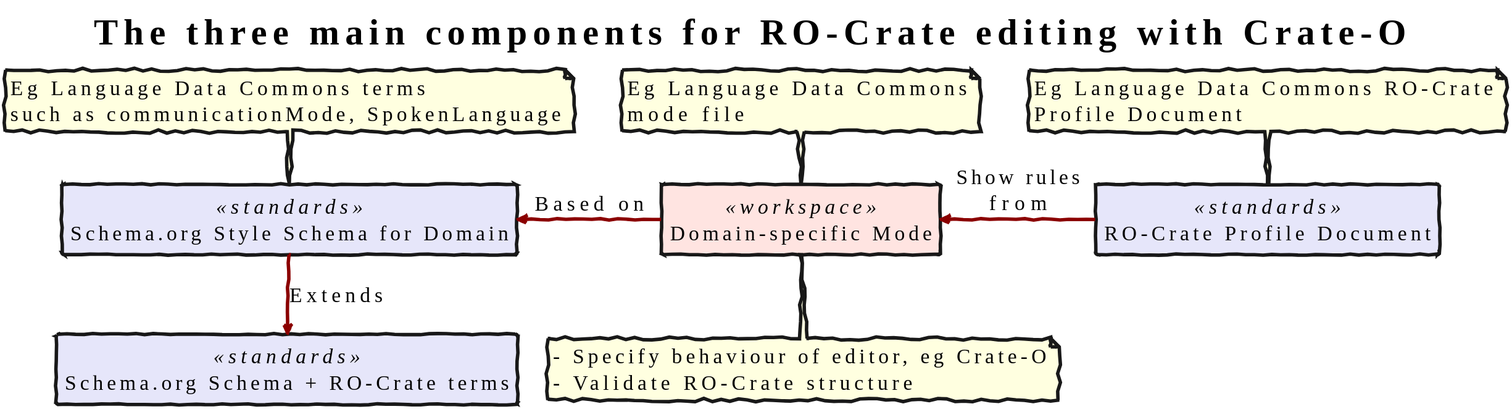
Above: docs/images/schema-mode-profile.svg in Language-Research-Technology/ro-crate-modes (PlantUML), before the change.
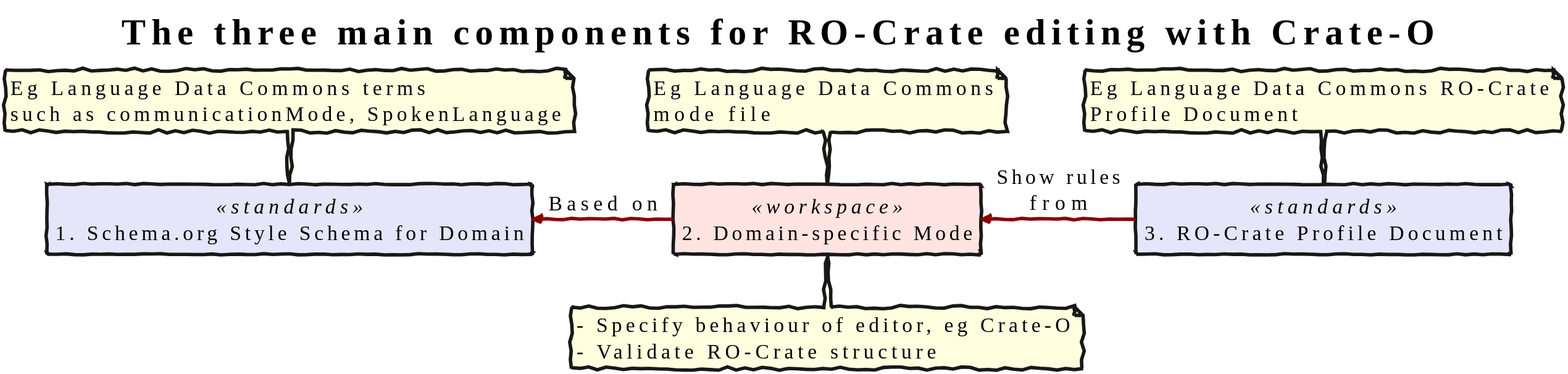
After the commit.

What changed in the source:
```diff
@@ -4,19 +4,17 @@
 title: The three main components for RO-Crate editing with Crate-O
 
 
-rectangle "Schema.org Style Schema for Domain" <<standards>> as soss
+rectangle "1. Schema.org Style Schema for Domain" <<standards>> as soss
 
 
-rectangle "Schema.org Schema + RO-Crate terms" <<standards>> as so
 
-soss -down-> so : Extends
 note top of soss: Eg Language Data Commons terms\nsuch as communicationMode, SpokenLanguage
 
-rectangle "Domain-specific Mode" <<workspace>> as md
+rectangle "2. Domain-specific Mode" <<workspace>> as md
 note top of md: Eg Language Data Commons\nmode file
 note bottom of md: - Specify behaviour of editor, eg Crate-O\n- Validate RO-Crate structure
 
-rectangle "RO-Crate Profile Document" <<standards>> as pf
+rectangle "3. RO-Crate Profile Document" <<standards>> as pf
 
 pf -left-> md : Show rules\nfrom
 soss <-right- md : Based on
```
